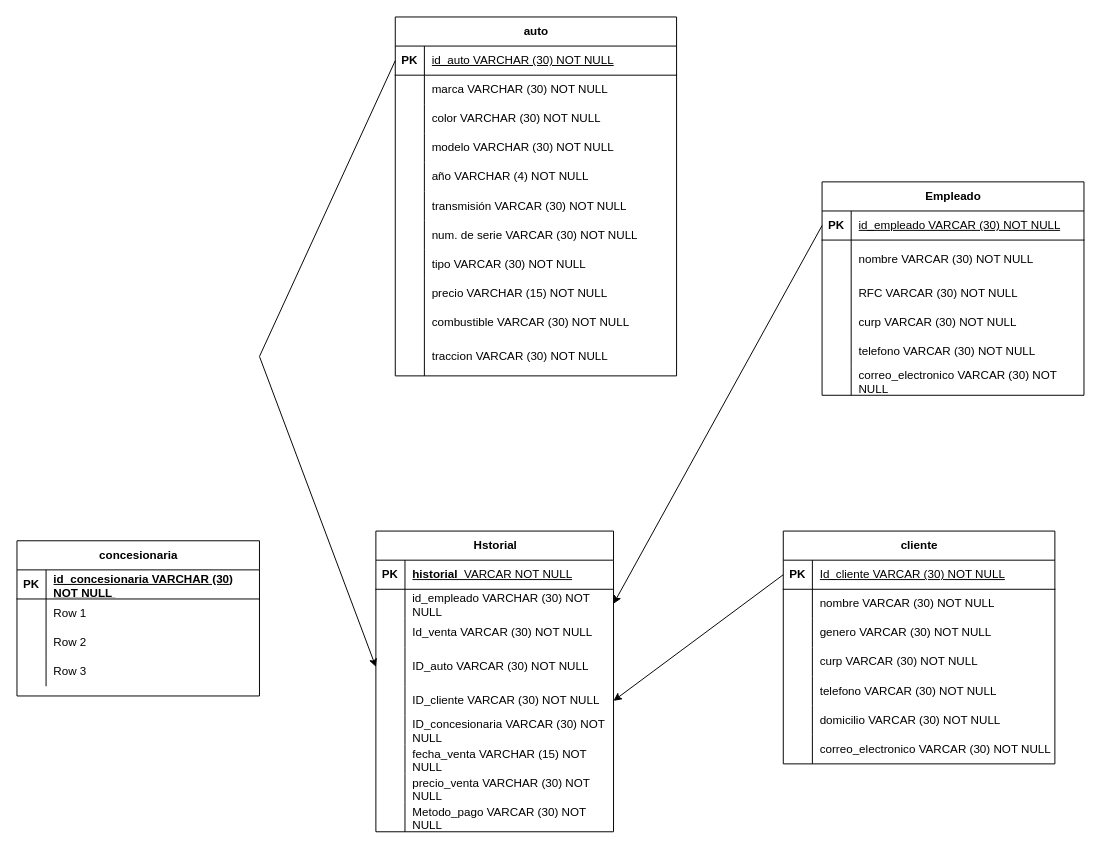
Above: page "Página-2" (2 of 2) of diagrama/consencionaria.drawio in GerardoNR/fbd-gerardo-reyes (draw.io), before the change. Source tidied: cells renumbered, new cells numbered last; positions are measured from the earlier drawing's top-left corner, leaving out a move shared by most shapes. Both pictures are drawn from the tidied source at 97%, with x=0, y=0 at pixel (16, 16).
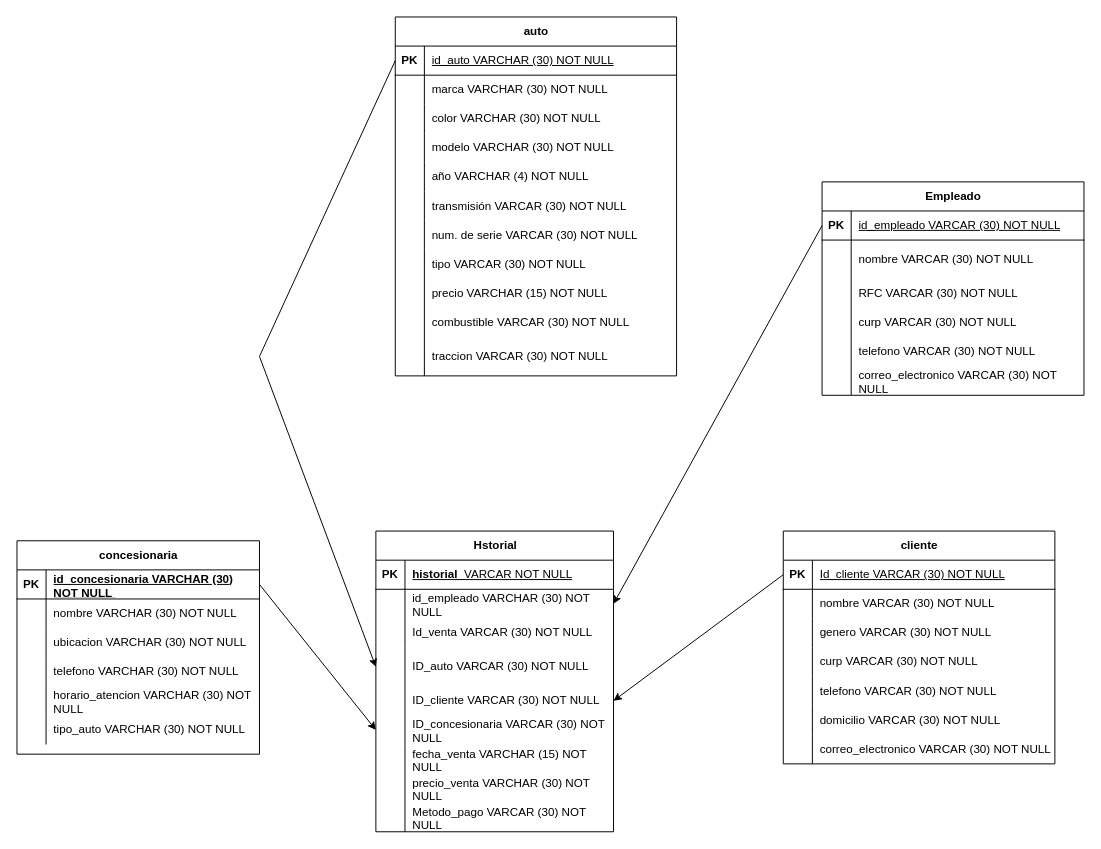
The same diagram, later.

The change refers to these unchanged cells:
```xml
<mxCell id="93" style="shape=tableRow;horizontal=0;startSize=0;swimlaneHead=0;swimlaneBody=0;fillColor=none;points=[[0,0.5],[1,0.5]];portConstraint=eastwest;top=0;left=0;right=0;bottom=0;" parent="77" vertex="1">
  <mxGeometry y="190" width="245" height="30" as="geometry" />
</mxCell>
<mxCell id="109" style="shape=tableRow;horizontal=0;startSize=0;swimlaneHead=0;swimlaneBody=0;fillColor=none;points=[[0,0.5],[1,0.5]];portConstraint=eastwest;top=0;left=0;right=0;bottom=1;" parent="108" vertex="1">
  <mxGeometry y="30" width="250" height="30" as="geometry" />
</mxCell>
<mxCell id="112" style="shape=tableRow;horizontal=0;startSize=0;swimlaneHead=0;swimlaneBody=0;fillColor=none;top=0;left=0;right=0;bottom=0;" parent="108" vertex="1">
  <mxGeometry y="60" width="250" height="30" as="geometry" />
</mxCell>
<mxCell id="115" style="shape=tableRow;horizontal=0;startSize=0;swimlaneHead=0;swimlaneBody=0;fillColor=none;top=0;left=0;right=0;bottom=0;" parent="108" vertex="1">
  <mxGeometry y="90" width="250" height="30" as="geometry" />
</mxCell>
<mxCell id="118" style="shape=tableRow;horizontal=0;startSize=0;swimlaneHead=0;swimlaneBody=0;fillColor=none;top=0;left=0;right=0;bottom=0;" parent="108" vertex="1">
  <mxGeometry y="120" width="250" height="30" as="geometry" />
</mxCell>
```

What changed in the source:
```diff
@@
     <mxCell id="108" value="concesionaria" style="shape=table;startSize=30;childLayout=tableLayout;rowLines=0;fontStyle=1;align=center;html=1;" parent="1" vertex="1">
-      <mxGeometry y="540" width="250" height="160" as="geometry" />
+      <mxGeometry y="540" width="250" height="220" as="geometry" />
     </mxCell>
@@
-    <mxCell id="114" value="Row 1" style="shape=partialRectangle;fillColor=none;top=0;left=0;bottom=0;right=0;align=left;spacingLeft=6;overflow=hidden;whiteSpace=wrap;html=1;" parent="112" vertex="1">
+    <mxCell id="114" value="nombre VARCHAR (30) NOT NULL" style="shape=partialRectangle;fillColor=none;top=0;left=0;bottom=0;right=0;align=left;spacingLeft=6;overflow=hidden;whiteSpace=wrap;html=1;" parent="112" vertex="1">
       <mxGeometry x="30" width="220" height="30" as="geometry" />
     </mxCell>
@@
-    <mxCell id="117" value="Row 2" style="shape=partialRectangle;fillColor=none;top=0;left=0;bottom=0;right=0;align=left;spacingLeft=6;overflow=hidden;whiteSpace=wrap;html=1;" parent="115" vertex="1">
+    <mxCell id="117" value="ubicacion VARCHAR (30) NOT NULL" style="shape=partialRectangle;fillColor=none;top=0;left=0;bottom=0;right=0;align=left;spacingLeft=6;overflow=hidden;whiteSpace=wrap;html=1;" parent="115" vertex="1">
       <mxGeometry x="30" width="220" height="30" as="geometry" />
     </mxCell>
@@
-    <mxCell id="120" value="Row 3" style="shape=partialRectangle;fillColor=none;top=0;left=0;bottom=0;right=0;align=left;spacingLeft=6;overflow=hidden;whiteSpace=wrap;html=1;" parent="118" vertex="1">
+    <mxCell id="120" value="telefono VARCHAR (30) NOT NULL" style="shape=partialRectangle;fillColor=none;top=0;left=0;bottom=0;right=0;align=left;spacingLeft=6;overflow=hidden;whiteSpace=wrap;html=1;" parent="118" vertex="1">
       <mxGeometry x="30" width="220" height="30" as="geometry" />
     </mxCell>
+    <mxCell id="121" style="shape=tableRow;horizontal=0;startSize=0;swimlaneHead=0;swimlaneBody=0;fillColor=none;top=0;left=0;right=0;bottom=0;" parent="108" vertex="1">
+      <mxGeometry y="150" width="250" height="30" as="geometry" />
+    </mxCell>
+    <mxCell id="122" style="shape=partialRectangle;fillColor=none;top=0;left=0;bottom=0;right=0;overflow=hidden;whiteSpace=wrap;html=1;" parent="121" vertex="1">
+      <mxGeometry width="30" height="30" as="geometry" />
+    </mxCell>
+    <mxCell id="123" value="horario_atencion VARCHAR (30) NOT NULL" style="shape=partialRectangle;fillColor=none;top=0;left=0;bottom=0;right=0;align=left;spacingLeft=6;overflow=hidden;whiteSpace=wrap;html=1;" parent="121" vertex="1">
+      <mxGeometry x="30" width="220" height="30" as="geometry" />
+    </mxCell>
+    <mxCell id="124" style="shape=tableRow;horizontal=0;startSize=0;swimlaneHead=0;swimlaneBody=0;fillColor=none;top=0;left=0;right=0;bottom=0;" parent="108" vertex="1">
+      <mxGeometry y="180" width="250" height="30" as="geometry" />
+    </mxCell>
+    <mxCell id="125" style="shape=partialRectangle;fillColor=none;top=0;left=0;bottom=0;right=0;overflow=hidden;whiteSpace=wrap;html=1;" parent="124" vertex="1">
+      <mxGeometry width="30" height="30" as="geometry" />
+    </mxCell>
+    <mxCell id="126" value="tipo_auto VARCHAR (30) NOT NULL" style="shape=partialRectangle;fillColor=none;top=0;left=0;bottom=0;right=0;align=left;spacingLeft=6;overflow=hidden;whiteSpace=wrap;html=1;" parent="124" vertex="1">
+      <mxGeometry x="30" width="220" height="30" as="geometry" />
+    </mxCell>
+    <mxCell id="127" style="rounded=0;jettySize=auto;html=1;exitX=1;exitY=0.5;exitDx=0;exitDy=0;entryX=0;entryY=0.5;entryDx=0;entryDy=0;" parent="1" edge="1" source="109" target="93">
+      <mxGeometry relative="1" as="geometry" />
+    </mxCell>
```
